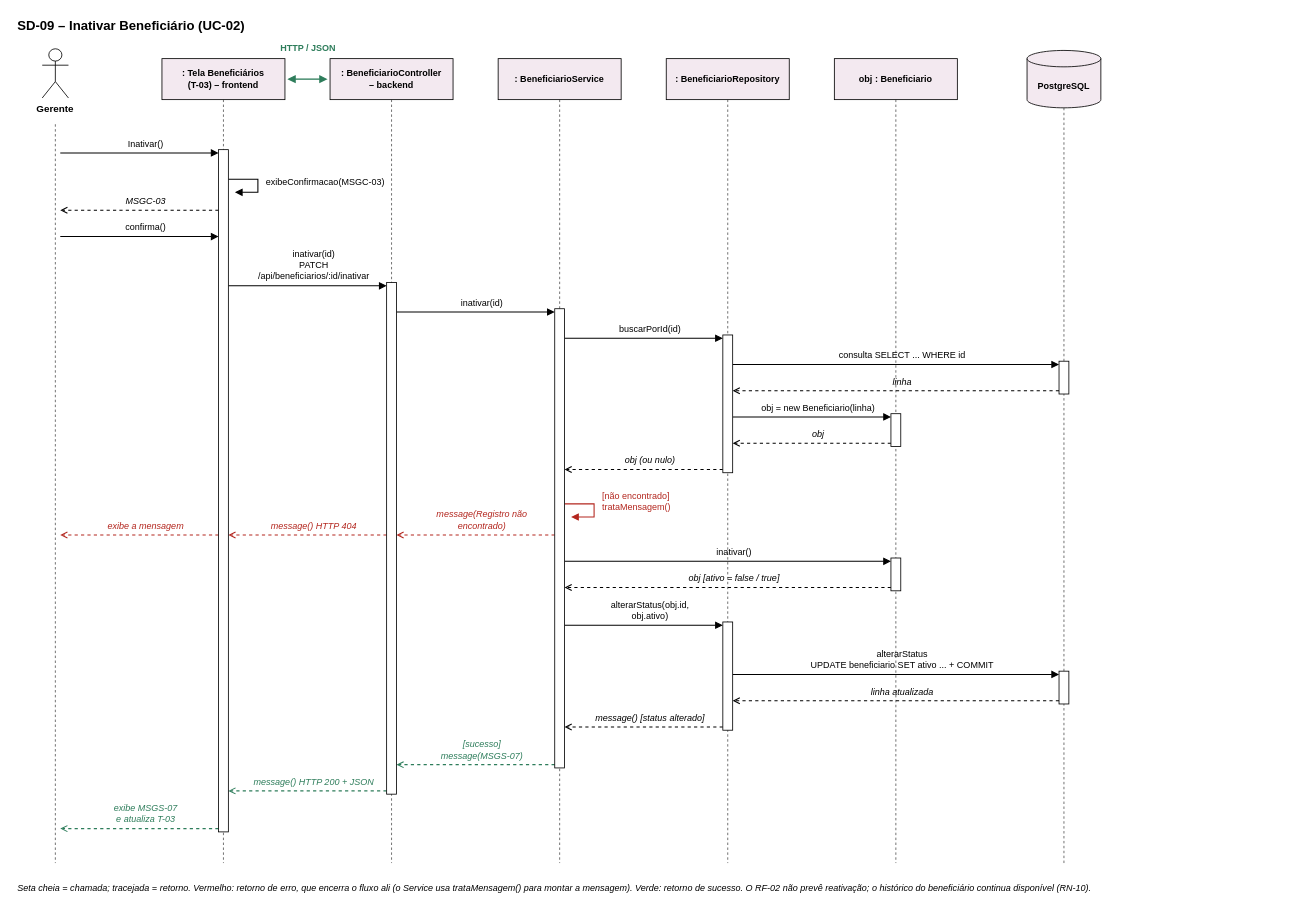
Before: page "SD-09 Inativar Beneficiário" (9 of 29) of docs/diagramas/Fluxo_DiagramasSequencia.drawio in Cachorreira/Fluxo, a draw.io diagram. Source tidied: cells renumbered, new cells numbered last; positions are measured from the earlier drawing's top-left corner, leaving out a move shared by most shapes. Both pictures are drawn from the tidied source at 82%, with x=0, y=0 at pixel (14, 14).
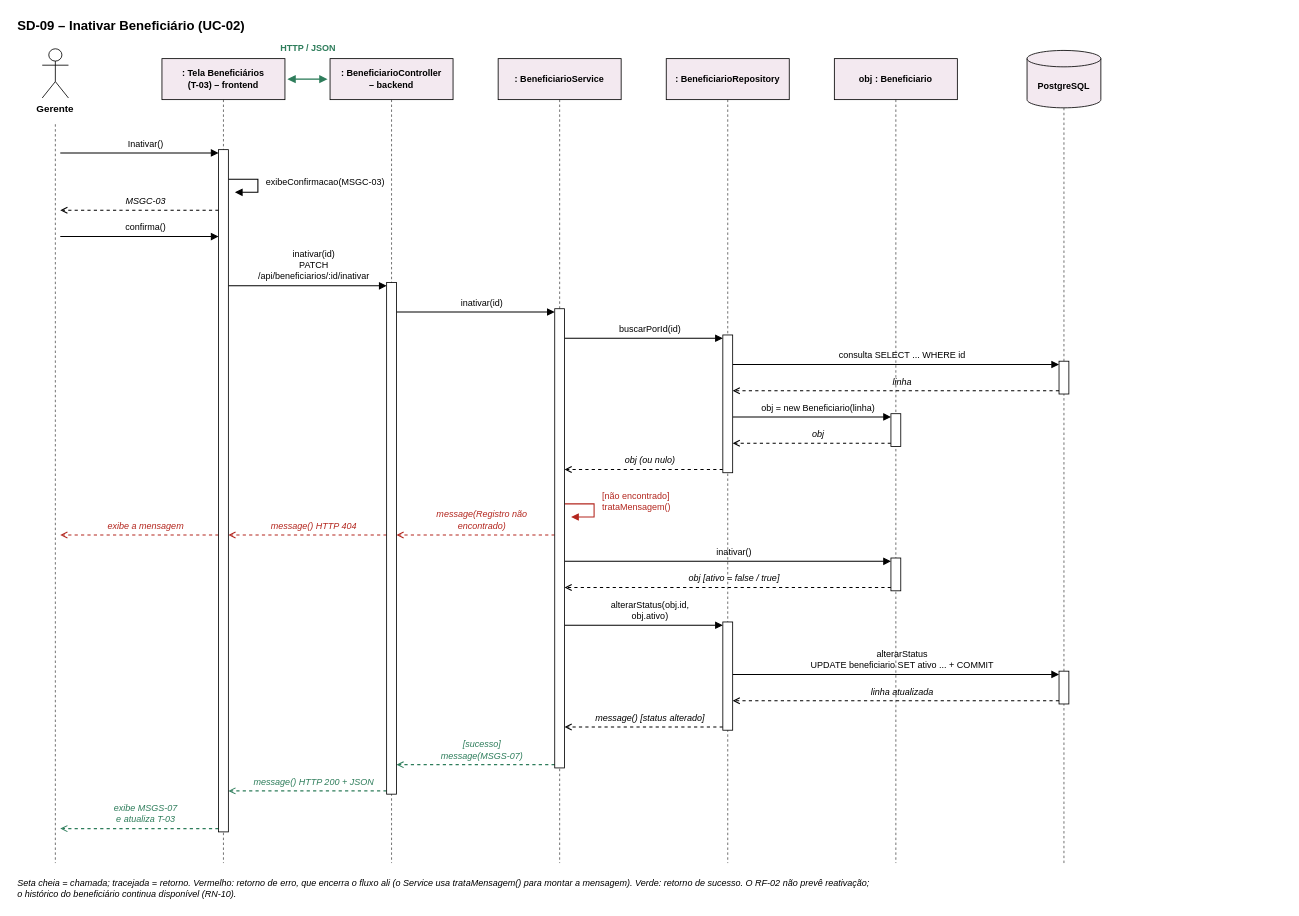
After the change.

Diff of the diagram source:
```diff
@@
-    <mxCell id="78" value="Seta cheia = chamada; tracejada = retorno. Vermelho: retorno de erro, que encerra o fluxo ali (o Service usa trataMensagem() para montar a mensagem). Verde: retorno de sucesso. O RF-02 não prevê reativação; o histórico do beneficiário continua disponível (RN-10)." style="text;align=left;verticalAlign=middle;spacingLeft=2;html=1;whiteSpace=wrap;fontFamily=Helvetica;fontSize=11;fontStyle=2;fillColor=none;strokeColor=none;fontColor=#000000;" parent="1" vertex="1">
-      <mxGeometry y="1049" width="1550" height="34" as="geometry" />
+    <mxCell id="78" value="Seta cheia = chamada; tracejada = retorno. Vermelho: retorno de erro, que encerra o fluxo ali (o Service usa trataMensagem() para montar a mensagem). Verde: retorno de sucesso. O RF-02 não prevê reativação;&lt;br&gt;o histórico do beneficiário continua disponível (RN-10)." style="text;align=left;verticalAlign=middle;spacingLeft=2;html=1;whiteSpace=wrap;fontFamily=Helvetica;fontSize=11;fontStyle=2;fillColor=none;strokeColor=none;fontColor=#000000;" parent="1" vertex="1">
+      <mxGeometry y="1049" width="1330" height="34" as="geometry" />
     </mxCell>
```
